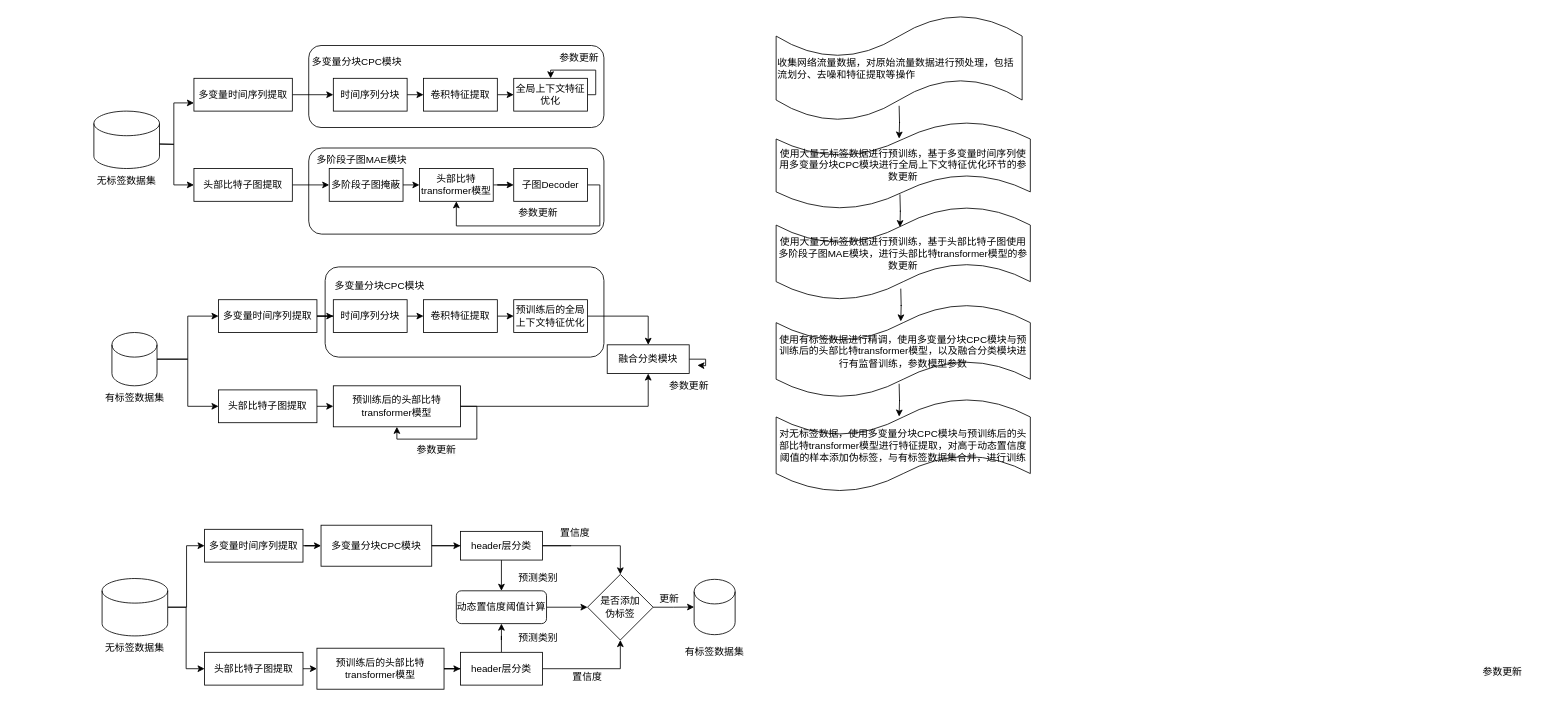
Above: 未命名绘图.drawio in litchiz/idshwk2 (draw.io), before the change. Source tidied: cells renumbered, new cells numbered last; positions are measured from the earlier drawing's top-left corner, leaving out a move shared by most shapes. Both pictures are drawn from the tidied source at 82%, with x=0, y=0 at pixel (89, 14).
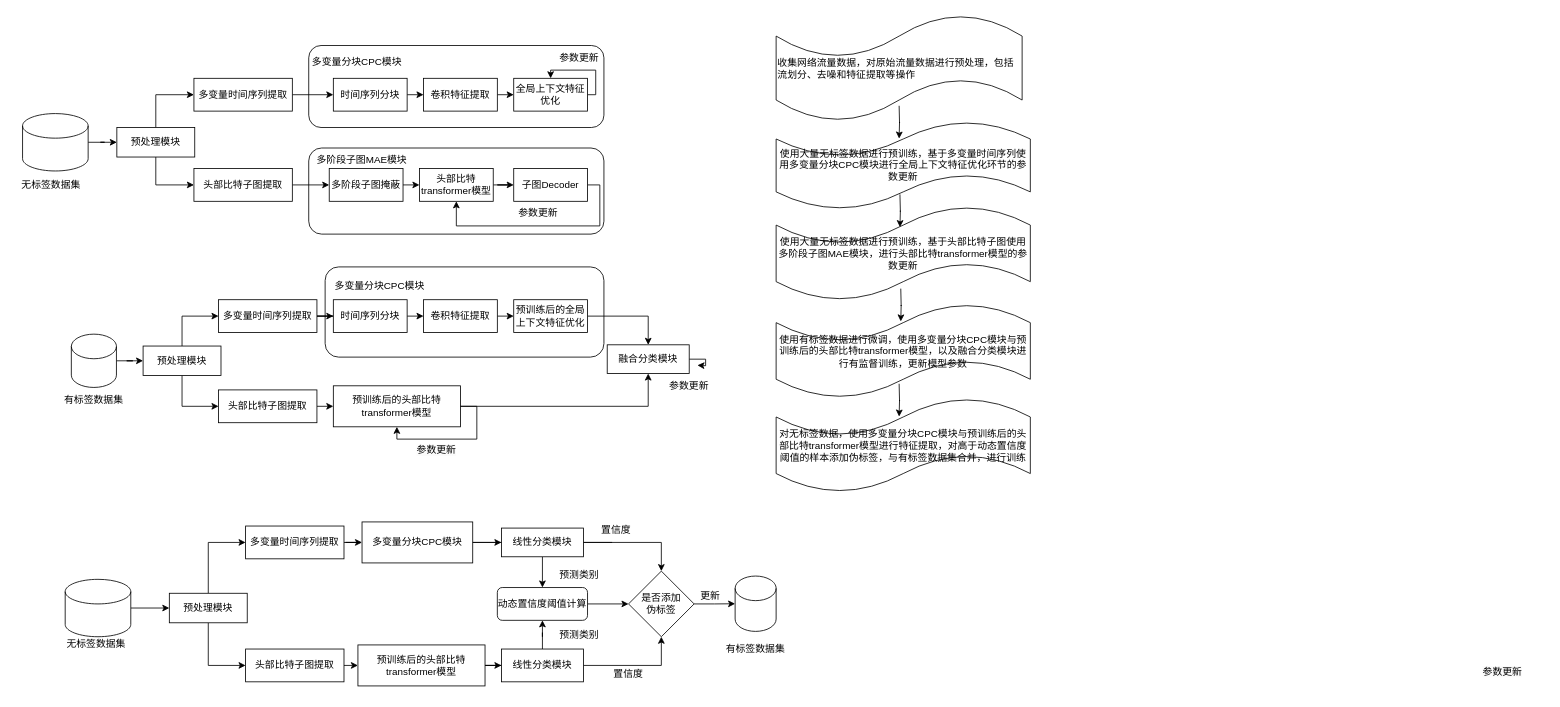
Above is the later version.

Commit message:
更新未命名绘图.drawio

The change refers to these unchanged cells:
```xml
<mxCell id="6" value="多变量时间序列提取" style="rounded=0;whiteSpace=wrap;html=1;" parent="1" vertex="1">
  <mxGeometry x="127" y="78" width="120" height="40" as="geometry" />
</mxCell>
<mxCell id="12" value="头部比特子图提取" style="rounded=0;whiteSpace=wrap;html=1;" parent="1" vertex="1">
  <mxGeometry x="127" y="188" width="120" height="40" as="geometry" />
</mxCell>
<mxCell id="31" value="多变量时间序列提取" style="rounded=0;whiteSpace=wrap;html=1;" parent="1" vertex="1">
  <mxGeometry x="157" y="348" width="120" height="40" as="geometry" />
</mxCell>
<mxCell id="33" value="头部比特子图提取" style="rounded=0;whiteSpace=wrap;html=1;" parent="1" vertex="1">
  <mxGeometry x="157" y="458" width="120" height="40" as="geometry" />
</mxCell>
```

Diff of the diagram source:
```diff
@@
-    <mxCell id="7" style="edgeStyle=orthogonalEdgeStyle;rounded=0;jettySize=auto;html=1;entryX=0;entryY=0.75;entryDx=0;entryDy=0;" parent="1" edge="1" target="6">
-      <mxGeometry relative="1" as="geometry">
-        <mxPoint x="77" y="158" as="sourcePoint" />
-      </mxGeometry>
-    </mxCell>
-    <mxCell id="8" style="edgeStyle=orthogonalEdgeStyle;rounded=0;jettySize=auto;html=1;entryX=0;entryY=0.5;entryDx=0;entryDy=0;" parent="1" edge="1" target="12">
-      <mxGeometry relative="1" as="geometry">
-        <mxPoint x="77" y="158" as="sourcePoint" />
-      </mxGeometry>
-    </mxCell>
-    <mxCell id="9" style="edgeStyle=orthogonalEdgeStyle;rounded=0;jettySize=auto;html=1;exitX=1;exitY=0.5;exitDx=0;exitDy=0;entryX=0;entryY=0.5;entryDx=0;entryDy=0;exitPerimeter=0;" parent="1" edge="1" source="75" target="31">
-      <mxGeometry relative="1" as="geometry" />
-    </mxCell>
-    <mxCell id="10" style="edgeStyle=orthogonalEdgeStyle;rounded=0;jettySize=auto;html=1;entryX=0;entryY=0.5;entryDx=0;entryDy=0;exitX=1;exitY=0.5;exitDx=0;exitDy=0;exitPerimeter=0;" parent="1" edge="1" source="75" target="33">
-      <mxGeometry relative="1" as="geometry" />
-    </mxCell>
@@
-    <mxCell id="47" style="edgeStyle=orthogonalEdgeStyle;rounded=0;jettySize=auto;html=1;exitX=1;exitY=0.5;exitDx=0;exitDy=0;exitPerimeter=0;entryX=0;entryY=0.5;entryDx=0;entryDy=0;" parent="1" edge="1" source="49" target="52">
-      <mxGeometry relative="1" as="geometry">
-        <Array as="points">
-          <mxPoint x="118" y="723" />
-          <mxPoint x="118" y="648" />
-        </Array>
-      </mxGeometry>
-    </mxCell>
-    <mxCell id="48" style="edgeStyle=orthogonalEdgeStyle;rounded=0;jettySize=auto;html=1;entryX=0;entryY=0.5;entryDx=0;entryDy=0;" parent="1" edge="1" source="49" target="54">
-      <mxGeometry relative="1" as="geometry" />
-    </mxCell>
+    <mxCell id="90" style="edgeStyle=orthogonalEdgeStyle;rounded=0;jettySize=auto;html=1;entryX=0;entryY=0.5;entryDx=0;entryDy=0;" parent="1" edge="1" source="49" target="95">
+      <mxGeometry relative="1" as="geometry" />
+    </mxCell>
     <mxCell id="49" style="shape=cylinder3;whiteSpace=wrap;html=1;boundedLbl=1;backgroundOutline=1;size=15;" parent="1" vertex="1">
-      <mxGeometry x="15" y="688" width="80" height="70" as="geometry" />
+      <mxGeometry x="-30" y="689" width="80" height="70" as="geometry" />
     </mxCell>
     <mxCell id="50" value="无标签数据集" style="text;html=1;align=center;verticalAlign=middle;whiteSpace=wrap;rounded=0;" parent="1" vertex="1">
-      <mxGeometry x="10" y="758" width="90" height="30" as="geometry" />
+      <mxGeometry x="-37" y="752.5" width="90" height="30" as="geometry" />
     </mxCell>
@@
     <mxCell id="52" value="多变量时间序列提取" style="rounded=0;whiteSpace=wrap;html=1;" parent="1" vertex="1">
-      <mxGeometry x="140" y="628" width="120" height="40" as="geometry" />
+      <mxGeometry x="190" y="624" width="120" height="40" as="geometry" />
     </mxCell>
@@
     <mxCell id="54" value="头部比特子图提取" style="rounded=0;whiteSpace=wrap;html=1;" parent="1" vertex="1">
-      <mxGeometry x="140" y="778" width="120" height="40" as="geometry" />
+      <mxGeometry x="190" y="774" width="120" height="40" as="geometry" />
     </mxCell>
     <mxCell id="55" style="edgeStyle=orthogonalEdgeStyle;rounded=0;jettySize=auto;html=1;exitX=1;exitY=0.5;exitDx=0;exitDy=0;entryX=0;entryY=0.5;entryDx=0;entryDy=0;" parent="1" edge="1" target="60">
       <mxGeometry relative="1" as="geometry">
-        <mxPoint x="587" y="648" as="sourcePoint" />
+        <mxPoint x="637" y="644" as="sourcePoint" />
         <Array as="points">
-          <mxPoint x="397" y="648" />
-          <mxPoint x="397" y="648" />
+          <mxPoint x="447" y="644" />
+          <mxPoint x="447" y="644" />
         </Array>
       </mxGeometry>
     </mxCell>
@@
     <mxCell id="57" value="预训练后的头部比特transformer模型" style="rounded=0;whiteSpace=wrap;html=1;" parent="1" vertex="1">
-      <mxGeometry x="277" y="773" width="155" height="50" as="geometry" />
+      <mxGeometry x="327" y="769" width="155" height="50" as="geometry" />
     </mxCell>
@@
-    <mxCell id="60" value="header层分类" style="rounded=0;whiteSpace=wrap;html=1;" parent="1" vertex="1">
-      <mxGeometry x="452" y="630.5" width="100" height="35" as="geometry" />
+    <mxCell id="60" value="线性分类模块" style="rounded=0;whiteSpace=wrap;html=1;" parent="1" vertex="1">
+      <mxGeometry x="502" y="626.5" width="100" height="35" as="geometry" />
     </mxCell>
@@
-    <mxCell id="63" value="header层分类" style="rounded=0;whiteSpace=wrap;html=1;" parent="1" vertex="1">
-      <mxGeometry x="452" y="778" width="100" height="40" as="geometry" />
+    <mxCell id="63" value="线性分类模块" style="rounded=0;whiteSpace=wrap;html=1;" parent="1" vertex="1">
+      <mxGeometry x="502" y="774" width="100" height="40" as="geometry" />
     </mxCell>
     <mxCell id="64" value="置信度" style="text;html=1;align=center;verticalAlign=middle;whiteSpace=wrap;rounded=0;" parent="1" vertex="1">
-      <mxGeometry x="567" y="793" width="80" height="30" as="geometry" />
+      <mxGeometry x="617" y="789" width="80" height="30" as="geometry" />
     </mxCell>
     <mxCell id="65" value="置信度" style="text;html=1;align=center;verticalAlign=middle;whiteSpace=wrap;rounded=0;" parent="1" vertex="1">
-      <mxGeometry x="552" y="618" width="80" height="30" as="geometry" />
+      <mxGeometry x="602" y="614" width="80" height="30" as="geometry" />
     </mxCell>
@@
     <mxCell id="67" value="动态置信度阈值计算" style="rounded=1;whiteSpace=wrap;html=1;" parent="1" vertex="1">
-      <mxGeometry x="447" y="703" width="110" height="40" as="geometry" />
+      <mxGeometry x="497" y="699" width="110" height="40" as="geometry" />
     </mxCell>
@@
     <mxCell id="69" value="是否添加&lt;div&gt;伪标签&lt;/div&gt;" style="rhombus;whiteSpace=wrap;html=1;" parent="1" vertex="1">
-      <mxGeometry x="607" y="683" width="80" height="80" as="geometry" />
+      <mxGeometry x="657" y="679" width="80" height="80" as="geometry" />
     </mxCell>
     <mxCell id="70" value="更新" style="text;html=1;align=center;verticalAlign=middle;whiteSpace=wrap;rounded=0;" parent="1" vertex="1">
-      <mxGeometry x="637" y="698" width="140" height="30" as="geometry" />
+      <mxGeometry x="687" y="694" width="140" height="30" as="geometry" />
     </mxCell>
@@
     <mxCell id="72" value="多变量分块CPC模块" style="rounded=0;whiteSpace=wrap;html=1;" parent="1" vertex="1">
-      <mxGeometry x="282" y="623" width="135" height="50" as="geometry" />
+      <mxGeometry x="332" y="619" width="135" height="50" as="geometry" />
     </mxCell>
     <mxCell id="73" style="shape=cylinder3;whiteSpace=wrap;html=1;boundedLbl=1;backgroundOutline=1;size=15;" parent="1" vertex="1">
-      <mxGeometry x="737" y="689" width="50" height="67.5" as="geometry" />
+      <mxGeometry x="787" y="685" width="50" height="67.5" as="geometry" />
     </mxCell>
     <mxCell id="74" value="有标签数据集" style="text;html=1;align=center;verticalAlign=middle;whiteSpace=wrap;rounded=0;" parent="1" vertex="1">
-      <mxGeometry x="717" y="763" width="90" height="30" as="geometry" />
+      <mxGeometry x="767" y="759" width="90" height="30" as="geometry" />
     </mxCell>
+    <mxCell id="91" style="edgeStyle=orthogonalEdgeStyle;rounded=0;jettySize=auto;html=1;" parent="1" edge="1" source="75" target="98">
+      <mxGeometry relative="1" as="geometry" />
+    </mxCell>
     <mxCell id="75" style="shape=cylinder3;whiteSpace=wrap;html=1;boundedLbl=1;backgroundOutline=1;size=15;" parent="1" vertex="1">
-      <mxGeometry x="27" y="388" width="55" height="65" as="geometry" />
+      <mxGeometry x="-22.5" y="390" width="55" height="65" as="geometry" />
     </mxCell>
     <mxCell id="76" value="有标签数据集" style="text;html=1;align=center;verticalAlign=middle;whiteSpace=wrap;rounded=0;" parent="1" vertex="1">
-      <mxGeometry x="9.5" y="453" width="90" height="30" as="geometry" />
+      <mxGeometry x="-40" y="455" width="90" height="30" as="geometry" />
     </mxCell>
     <mxCell id="77" value="预测类别" style="text;html=1;align=center;verticalAlign=middle;whiteSpace=wrap;rounded=0;" parent="1" vertex="1">
-      <mxGeometry x="517" y="673" width="60" height="30" as="geometry" />
+      <mxGeometry x="567" y="669" width="60" height="30" as="geometry" />
     </mxCell>
     <mxCell id="78" value="预测类别" style="text;html=1;align=center;verticalAlign=middle;whiteSpace=wrap;rounded=0;" parent="1" vertex="1">
-      <mxGeometry x="517" y="745.5" width="60" height="30" as="geometry" />
+      <mxGeometry x="567" y="741.5" width="60" height="30" as="geometry" />
     </mxCell>
+    <mxCell id="92" style="edgeStyle=orthogonalEdgeStyle;rounded=0;jettySize=auto;html=1;" parent="1" edge="1" source="79" target="101">
+      <mxGeometry relative="1" as="geometry" />
+    </mxCell>
     <mxCell id="79" style="shape=cylinder3;whiteSpace=wrap;html=1;boundedLbl=1;backgroundOutline=1;size=15;" parent="1" vertex="1">
-      <mxGeometry x="5" y="118" width="80" height="70" as="geometry" />
+      <mxGeometry x="-82" y="121" width="80" height="70" as="geometry" />
     </mxCell>
     <mxCell id="80" value="无标签数据集" style="text;html=1;align=center;verticalAlign=middle;whiteSpace=wrap;rounded=0;" parent="1" vertex="1">
-      <mxGeometry y="188" width="90" height="30" as="geometry" />
+      <mxGeometry x="-92" y="193" width="90" height="30" as="geometry" />
     </mxCell>
@@
-    <mxCell id="86" value="使用有标签数据进行精调，使用多变量分块CPC模块与预训练后的头部比特transformer模型，以及融合分类模块进行有监督训练，参数模型参数" style="shape=tape;whiteSpace=wrap;html=1;" parent="1" vertex="1">
+    <mxCell id="86" value="使用有标签数据进行微调，使用多变量分块CPC模块与预训练后的头部比特transformer模型，以及融合分类模块进行有监督训练，更新模型参数" style="shape=tape;whiteSpace=wrap;html=1;" parent="1" vertex="1">
       <mxGeometry x="837" y="353" width="310" height="115" as="geometry" />
     </mxCell>
@@
+    <mxCell id="93" style="edgeStyle=orthogonalEdgeStyle;rounded=0;jettySize=auto;html=1;entryX=0;entryY=0.5;entryDx=0;entryDy=0;" parent="1" edge="1" source="95" target="52">
+      <mxGeometry relative="1" as="geometry" />
+    </mxCell>
+    <mxCell id="94" style="edgeStyle=orthogonalEdgeStyle;rounded=0;jettySize=auto;html=1;entryX=0;entryY=0.5;entryDx=0;entryDy=0;" parent="1" edge="1" source="95" target="54">
+      <mxGeometry relative="1" as="geometry" />
+    </mxCell>
+    <mxCell id="95" value="预处理模块" style="rounded=0;whiteSpace=wrap;html=1;" parent="1" vertex="1">
+      <mxGeometry x="97" y="706" width="95" height="36" as="geometry" />
+    </mxCell>
+    <mxCell id="96" style="edgeStyle=orthogonalEdgeStyle;rounded=0;jettySize=auto;html=1;entryX=0;entryY=0.5;entryDx=0;entryDy=0;" parent="1" edge="1" source="98" target="31">
+      <mxGeometry relative="1" as="geometry" />
+    </mxCell>
+    <mxCell id="97" style="edgeStyle=orthogonalEdgeStyle;rounded=0;jettySize=auto;html=1;entryX=0;entryY=0.5;entryDx=0;entryDy=0;" parent="1" edge="1" source="98" target="33">
+      <mxGeometry relative="1" as="geometry" />
+    </mxCell>
+    <mxCell id="98" value="预处理模块" style="rounded=0;whiteSpace=wrap;html=1;" parent="1" vertex="1">
+      <mxGeometry x="65" y="404.5" width="95" height="36" as="geometry" />
+    </mxCell>
+    <mxCell id="99" style="edgeStyle=orthogonalEdgeStyle;rounded=0;jettySize=auto;html=1;entryX=0;entryY=0.5;entryDx=0;entryDy=0;" parent="1" edge="1" source="101" target="12">
+      <mxGeometry relative="1" as="geometry" />
+    </mxCell>
+    <mxCell id="100" style="edgeStyle=orthogonalEdgeStyle;rounded=0;jettySize=auto;html=1;entryX=0;entryY=0.5;entryDx=0;entryDy=0;" parent="1" edge="1" source="101" target="6">
+      <mxGeometry relative="1" as="geometry" />
+    </mxCell>
+    <mxCell id="101" value="预处理模块" style="rounded=0;whiteSpace=wrap;html=1;" parent="1" vertex="1">
+      <mxGeometry x="33" y="138" width="95" height="36" as="geometry" />
+    </mxCell>
```
